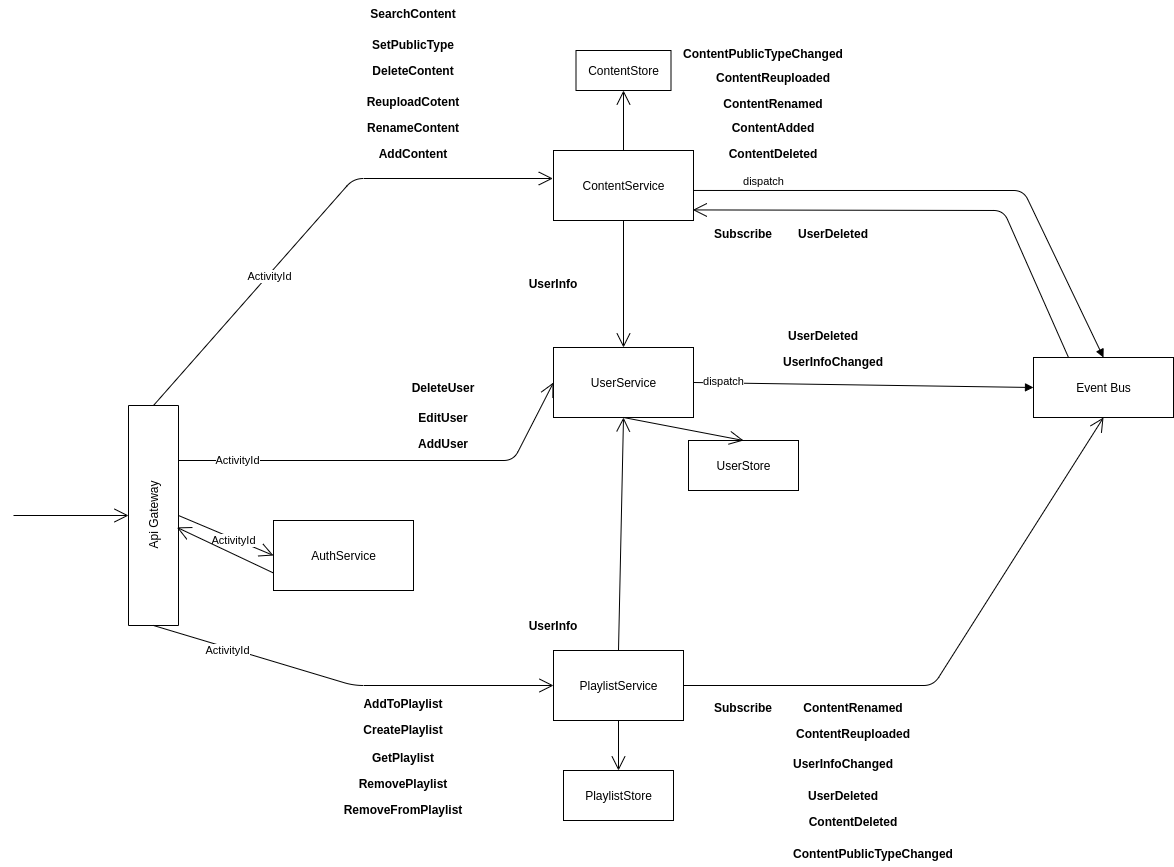
The draw.io diagram src/musicstreamingservice/diagrams/streaming-service.png in UsingCoding/WebAppArchitecture, before a commit. Source tidied: cells renumbered, new cells last; positions are measured from the earlier drawing's top-left corner, leaving out a move shared by most shapes. Its diagram source:
```xml
<mxGraphModel>
  <root>
    <mxCell id="0" />
    <mxCell id="1" parent="0" />
    <mxCell id="2" value="Api Gateway" style="html=1;rotation=-90;" parent="1" vertex="1">
      <mxGeometry x="30" y="490" width="220" height="50" as="geometry" />
    </mxCell>
    <mxCell id="3" style="endArrow=open;endFill=1;endSize=12;html=1;" parent="1" edge="1" target="2">
      <mxGeometry relative="1" as="geometry">
        <mxPoint y="515" as="sourcePoint" />
      </mxGeometry>
    </mxCell>
    <mxCell id="4" value="ContentService" style="html=1;" parent="1" vertex="1">
      <mxGeometry x="540" y="150" width="140" height="70" as="geometry" />
    </mxCell>
    <mxCell id="5" value="ContentStore" style="html=1;" parent="1" vertex="1">
      <mxGeometry x="562.5" y="50" width="95" height="40" as="geometry" />
    </mxCell>
    <mxCell id="6" style="endArrow=open;endFill=1;endSize=12;html=1;exitX=0.5;exitY=0;exitDx=0;exitDy=0;" parent="1" edge="1" source="4" target="5">
      <mxGeometry relative="1" as="geometry" />
    </mxCell>
    <mxCell id="7" style="endArrow=open;endFill=1;endSize=12;html=1;entryX=-0.005;entryY=0.4;entryDx=0;entryDy=0;entryPerimeter=0;exitX=1;exitY=0.5;exitDx=0;exitDy=0;" parent="1" edge="1" source="2" target="4">
      <mxGeometry relative="1" as="geometry">
        <Array as="points">
          <mxPoint x="340" y="178" />
        </Array>
      </mxGeometry>
    </mxCell>
    <mxCell id="8" value="ActivityId" style="edgeLabel;html=1;align=center;verticalAlign=middle;" parent="7" vertex="1">
      <mxGeometry x="-0.31" y="-2" relative="1" as="geometry">
        <mxPoint y="-1" as="offset" />
      </mxGeometry>
    </mxCell>
    <mxCell id="9" value="PlaylistService" style="html=1;" parent="1" vertex="1">
      <mxGeometry x="540" y="650" width="130" height="70" as="geometry" />
    </mxCell>
    <mxCell id="10" value="PlaylistStore" style="html=1;" parent="1" vertex="1">
      <mxGeometry x="550" y="770" width="110" height="50" as="geometry" />
    </mxCell>
    <mxCell id="11" style="endArrow=open;endFill=1;endSize=12;html=1;entryX=0.5;entryY=0;entryDx=0;entryDy=0;exitX=0.5;exitY=1;exitDx=0;exitDy=0;" parent="1" edge="1" source="9" target="10">
      <mxGeometry relative="1" as="geometry" />
    </mxCell>
    <mxCell id="12" style="endArrow=open;endFill=1;endSize=12;html=1;entryX=0;entryY=0.5;entryDx=0;entryDy=0;exitX=0;exitY=0.5;exitDx=0;exitDy=0;" parent="1" edge="1" source="2" target="9">
      <mxGeometry relative="1" as="geometry">
        <Array as="points">
          <mxPoint x="340" y="685" />
        </Array>
      </mxGeometry>
    </mxCell>
    <mxCell id="13" value="ActivityId" style="edgeLabel;html=1;align=center;verticalAlign=middle;" parent="12" vertex="1">
      <mxGeometry x="-0.62" y="-2" relative="1" as="geometry" />
    </mxCell>
    <mxCell id="14" value="UserService" style="html=1;" parent="1" vertex="1">
      <mxGeometry x="540" y="347" width="140" height="70" as="geometry" />
    </mxCell>
    <mxCell id="15" style="endArrow=open;endFill=1;endSize=12;html=1;entryX=0;entryY=0.5;entryDx=0;entryDy=0;exitX=0.75;exitY=1;exitDx=0;exitDy=0;" parent="1" edge="1" source="2" target="14">
      <mxGeometry relative="1" as="geometry">
        <Array as="points">
          <mxPoint x="500" y="460" />
        </Array>
      </mxGeometry>
    </mxCell>
    <mxCell id="16" value="ActivityId" style="edgeLabel;html=1;align=center;verticalAlign=middle;" parent="15" vertex="1">
      <mxGeometry x="-0.73" y="1" relative="1" as="geometry" />
    </mxCell>
    <mxCell id="17" value="UserStore" style="html=1;" parent="1" vertex="1">
      <mxGeometry x="675" y="440" width="110" height="50" as="geometry" />
    </mxCell>
    <mxCell id="18" style="endArrow=open;endFill=1;endSize=12;html=1;entryX=0.5;entryY=0;entryDx=0;entryDy=0;exitX=0.5;exitY=1;exitDx=0;exitDy=0;" parent="1" edge="1" source="14" target="17">
      <mxGeometry relative="1" as="geometry" />
    </mxCell>
    <mxCell id="19" value="Event Bus" style="html=1;" parent="1" vertex="1">
      <mxGeometry x="1020" y="357" width="140" height="60" as="geometry" />
    </mxCell>
    <mxCell id="20" style="endArrow=open;endFill=1;endSize=12;html=1;entryX=0.5;entryY=1;entryDx=0;entryDy=0;exitX=1;exitY=0.5;exitDx=0;exitDy=0;" parent="1" edge="1" source="9" target="19">
      <mxGeometry relative="1" as="geometry">
        <Array as="points">
          <mxPoint x="920" y="685" />
        </Array>
      </mxGeometry>
    </mxCell>
    <mxCell id="21" style="endArrow=open;endFill=1;endSize=12;html=1;exitX=0.5;exitY=1;exitDx=0;exitDy=0;entryX=0.5;entryY=0;entryDx=0;entryDy=0;" parent="1" edge="1" source="4" target="14">
      <mxGeometry relative="1" as="geometry" />
    </mxCell>
    <mxCell id="22" style="endArrow=open;endFill=1;endSize=12;html=1;entryX=0.5;entryY=1;entryDx=0;entryDy=0;exitX=0.5;exitY=0;exitDx=0;exitDy=0;" parent="1" edge="1" source="9" target="14">
      <mxGeometry relative="1" as="geometry" />
    </mxCell>
    <mxCell id="23" value="AddToPlaylist" style="text;align=center;fontStyle=1;verticalAlign=middle;spacingLeft=3;spacingRight=3;strokeColor=none;" parent="1" vertex="1">
      <mxGeometry x="350" y="690" width="80" height="26" as="geometry" />
    </mxCell>
    <mxCell id="24" value="CreatePlaylist" style="text;align=center;fontStyle=1;verticalAlign=middle;spacingLeft=3;spacingRight=3;strokeColor=none;" parent="1" vertex="1">
      <mxGeometry x="350" y="716" width="80" height="26" as="geometry" />
    </mxCell>
    <mxCell id="25" value="GetPlaylist" style="text;align=center;fontStyle=1;verticalAlign=middle;spacingLeft=3;spacingRight=3;strokeColor=none;" parent="1" vertex="1">
      <mxGeometry x="350" y="744" width="80" height="26" as="geometry" />
    </mxCell>
    <mxCell id="26" value="RemovePlaylist" style="text;align=center;fontStyle=1;verticalAlign=middle;spacingLeft=3;spacingRight=3;strokeColor=none;" parent="1" vertex="1">
      <mxGeometry x="350" y="770" width="80" height="26" as="geometry" />
    </mxCell>
    <mxCell id="27" value="UserInfo" style="text;align=center;fontStyle=1;verticalAlign=middle;spacingLeft=3;spacingRight=3;strokeColor=none;" parent="1" vertex="1">
      <mxGeometry x="500" y="612" width="80" height="26" as="geometry" />
    </mxCell>
    <mxCell id="28" value="UserInfo" style="text;align=center;fontStyle=1;verticalAlign=middle;spacingLeft=3;spacingRight=3;strokeColor=none;" parent="1" vertex="1">
      <mxGeometry x="500" y="270" width="80" height="26" as="geometry" />
    </mxCell>
    <mxCell id="29" value="AddContent" style="text;align=center;fontStyle=1;verticalAlign=middle;spacingLeft=3;spacingRight=3;strokeColor=none;" parent="1" vertex="1">
      <mxGeometry x="360" y="140" width="80" height="26" as="geometry" />
    </mxCell>
    <mxCell id="30" value="RenameContent" style="text;align=center;fontStyle=1;verticalAlign=middle;spacingLeft=3;spacingRight=3;strokeColor=none;" parent="1" vertex="1">
      <mxGeometry x="360" y="114" width="80" height="26" as="geometry" />
    </mxCell>
    <mxCell id="31" value="ReuploadCotent" style="text;align=center;fontStyle=1;verticalAlign=middle;spacingLeft=3;spacingRight=3;strokeColor=none;" parent="1" vertex="1">
      <mxGeometry x="360" y="88" width="80" height="26" as="geometry" />
    </mxCell>
    <mxCell id="32" value="DeleteContent" style="text;align=center;fontStyle=1;verticalAlign=middle;spacingLeft=3;spacingRight=3;strokeColor=none;" parent="1" vertex="1">
      <mxGeometry x="360" y="57" width="80" height="26" as="geometry" />
    </mxCell>
    <mxCell id="33" value="AddUser" style="text;align=center;fontStyle=1;verticalAlign=middle;spacingLeft=3;spacingRight=3;strokeColor=none;" parent="1" vertex="1">
      <mxGeometry x="390" y="430" width="80" height="26" as="geometry" />
    </mxCell>
    <mxCell id="34" value="EditUser" style="text;align=center;fontStyle=1;verticalAlign=middle;spacingLeft=3;spacingRight=3;strokeColor=none;" parent="1" vertex="1">
      <mxGeometry x="390" y="404" width="80" height="26" as="geometry" />
    </mxCell>
    <mxCell id="35" value="DeleteUser" style="text;align=center;fontStyle=1;verticalAlign=middle;spacingLeft=3;spacingRight=3;strokeColor=none;" parent="1" vertex="1">
      <mxGeometry x="390" y="374" width="80" height="26" as="geometry" />
    </mxCell>
    <mxCell id="36" value="dispatch" style="html=1;verticalAlign=bottom;endArrow=block;entryX=0;entryY=0.5;entryDx=0;entryDy=0;exitX=1;exitY=0.5;exitDx=0;exitDy=0;" parent="1" edge="1" source="14" target="19">
      <mxGeometry x="-0.82" y="-8" relative="1" as="geometry" />
    </mxCell>
    <mxCell id="37" value="UserInfoChanged" style="text;align=center;fontStyle=1;verticalAlign=middle;spacingLeft=3;spacingRight=3;strokeColor=none;" parent="1" vertex="1">
      <mxGeometry x="780" y="348" width="80" height="26" as="geometry" />
    </mxCell>
    <mxCell id="38" value="UserDeleted" style="text;align=center;fontStyle=1;verticalAlign=middle;spacingLeft=3;spacingRight=3;strokeColor=none;" parent="1" vertex="1">
      <mxGeometry x="770" y="322" width="80" height="26" as="geometry" />
    </mxCell>
    <mxCell id="39" value="dispatch" style="html=1;verticalAlign=bottom;endArrow=block;entryX=0.5;entryY=0;entryDx=0;entryDy=0;exitX=1;exitY=0.571;exitDx=0;exitDy=0;exitPerimeter=0;" parent="1" edge="1" source="4" target="19">
      <mxGeometry x="-0.73" relative="1" as="geometry">
        <Array as="points">
          <mxPoint x="1010" y="190" />
        </Array>
      </mxGeometry>
    </mxCell>
    <mxCell id="40" value="ContentDeleted" style="text;align=center;fontStyle=1;verticalAlign=middle;spacingLeft=3;spacingRight=3;strokeColor=none;" parent="1" vertex="1">
      <mxGeometry x="720" y="140" width="80" height="26" as="geometry" />
    </mxCell>
    <mxCell id="41" value="ContentAdded" style="text;align=center;fontStyle=1;verticalAlign=middle;spacingLeft=3;spacingRight=3;strokeColor=none;" parent="1" vertex="1">
      <mxGeometry x="720" y="114" width="80" height="26" as="geometry" />
    </mxCell>
    <mxCell id="42" value="ContentRenamed" style="text;align=center;fontStyle=1;verticalAlign=middle;spacingLeft=3;spacingRight=3;strokeColor=none;" parent="1" vertex="1">
      <mxGeometry x="720" y="90" width="80" height="26" as="geometry" />
    </mxCell>
    <mxCell id="43" value="ContentReuploaded" style="text;align=center;fontStyle=1;verticalAlign=middle;spacingLeft=3;spacingRight=3;strokeColor=none;" parent="1" vertex="1">
      <mxGeometry x="720" y="64" width="80" height="26" as="geometry" />
    </mxCell>
    <mxCell id="44" value="Subscribe" style="text;align=center;fontStyle=1;verticalAlign=middle;spacingLeft=3;spacingRight=3;strokeColor=none;" parent="1" vertex="1">
      <mxGeometry x="690" y="694" width="80" height="26" as="geometry" />
    </mxCell>
    <mxCell id="45" value="ContentRenamed" style="text;align=center;fontStyle=1;verticalAlign=middle;spacingLeft=3;spacingRight=3;strokeColor=none;" parent="1" vertex="1">
      <mxGeometry x="800" y="694" width="80" height="26" as="geometry" />
    </mxCell>
    <mxCell id="46" value="ContentReuploaded" style="text;align=center;fontStyle=1;verticalAlign=middle;spacingLeft=3;spacingRight=3;strokeColor=none;" parent="1" vertex="1">
      <mxGeometry x="800" y="720" width="80" height="26" as="geometry" />
    </mxCell>
    <mxCell id="47" value="UserInfoChanged" style="text;align=center;fontStyle=1;verticalAlign=middle;spacingLeft=3;spacingRight=3;strokeColor=none;" parent="1" vertex="1">
      <mxGeometry x="790" y="750" width="80" height="26" as="geometry" />
    </mxCell>
    <mxCell id="48" value="UserDeleted" style="text;align=center;fontStyle=1;verticalAlign=middle;spacingLeft=3;spacingRight=3;strokeColor=none;" parent="1" vertex="1">
      <mxGeometry x="790" y="782" width="80" height="26" as="geometry" />
    </mxCell>
    <mxCell id="49" value="ContentDeleted" style="text;align=center;fontStyle=1;verticalAlign=middle;spacingLeft=3;spacingRight=3;strokeColor=none;" parent="1" vertex="1">
      <mxGeometry x="800" y="808" width="80" height="26" as="geometry" />
    </mxCell>
    <mxCell id="50" value="SetPublicType" style="text;align=center;fontStyle=1;verticalAlign=middle;spacingLeft=3;spacingRight=3;strokeColor=none;" parent="1" vertex="1">
      <mxGeometry x="360" y="31" width="80" height="26" as="geometry" />
    </mxCell>
    <mxCell id="51" value="ContentPublicTypeChanged" style="text;align=center;fontStyle=1;verticalAlign=middle;spacingLeft=3;spacingRight=3;strokeColor=none;" parent="1" vertex="1">
      <mxGeometry x="710" y="40" width="80" height="26" as="geometry" />
    </mxCell>
    <mxCell id="52" value="ContentPublicTypeChanged" style="text;align=center;fontStyle=1;verticalAlign=middle;spacingLeft=3;spacingRight=3;strokeColor=none;" parent="1" vertex="1">
      <mxGeometry x="820" y="840" width="80" height="26" as="geometry" />
    </mxCell>
    <mxCell id="53" value="AuthService" style="html=1;" parent="1" vertex="1">
      <mxGeometry x="260" y="520" width="140" height="70" as="geometry" />
    </mxCell>
    <mxCell id="54" style="endArrow=open;endFill=1;endSize=12;html=1;entryX=0;entryY=0.5;entryDx=0;entryDy=0;exitX=0.5;exitY=1;exitDx=0;exitDy=0;" parent="1" edge="1" source="2" target="53">
      <mxGeometry relative="1" as="geometry" />
    </mxCell>
    <mxCell id="55" value="ActivityId" style="edgeLabel;html=1;align=center;verticalAlign=middle;" parent="54" vertex="1">
      <mxGeometry x="-0.34" relative="1" as="geometry">
        <mxPoint x="23.4" y="11.7" as="offset" />
      </mxGeometry>
    </mxCell>
    <mxCell id="56" style="endArrow=open;endFill=1;endSize=12;html=1;entryX=0.446;entryY=0.968;entryDx=0;entryDy=0;exitX=0;exitY=0.75;exitDx=0;exitDy=0;entryPerimeter=0;" parent="1" edge="1" source="53" target="2">
      <mxGeometry relative="1" as="geometry" />
    </mxCell>
    <mxCell id="57" value="RemoveFromPlaylist" style="text;align=center;fontStyle=1;verticalAlign=middle;spacingLeft=3;spacingRight=3;strokeColor=none;" parent="1" vertex="1">
      <mxGeometry x="350" y="796" width="80" height="26" as="geometry" />
    </mxCell>
    <mxCell id="58" value="SearchContent" style="text;align=center;fontStyle=1;verticalAlign=middle;spacingLeft=3;spacingRight=3;strokeColor=none;" parent="1" vertex="1">
      <mxGeometry x="360" width="80" height="26" as="geometry" />
    </mxCell>
    <mxCell id="59" style="endArrow=open;endFill=1;endSize=12;html=1;entryX=0.995;entryY=0.849;entryDx=0;entryDy=0;exitX=0.25;exitY=0;exitDx=0;exitDy=0;entryPerimeter=0;" parent="1" edge="1" source="19" target="4">
      <mxGeometry relative="1" as="geometry">
        <Array as="points">
          <mxPoint x="990" y="210" />
        </Array>
      </mxGeometry>
    </mxCell>
    <mxCell id="60" value="Subscribe" style="text;align=center;fontStyle=1;verticalAlign=middle;spacingLeft=3;spacingRight=3;strokeColor=none;" parent="1" vertex="1">
      <mxGeometry x="690" y="220" width="80" height="26" as="geometry" />
    </mxCell>
    <mxCell id="61" value="UserDeleted" style="text;align=center;fontStyle=1;verticalAlign=middle;spacingLeft=3;spacingRight=3;strokeColor=none;" parent="1" vertex="1">
      <mxGeometry x="780" y="220" width="80" height="26" as="geometry" />
    </mxCell>
  </root>
</mxGraphModel>
```
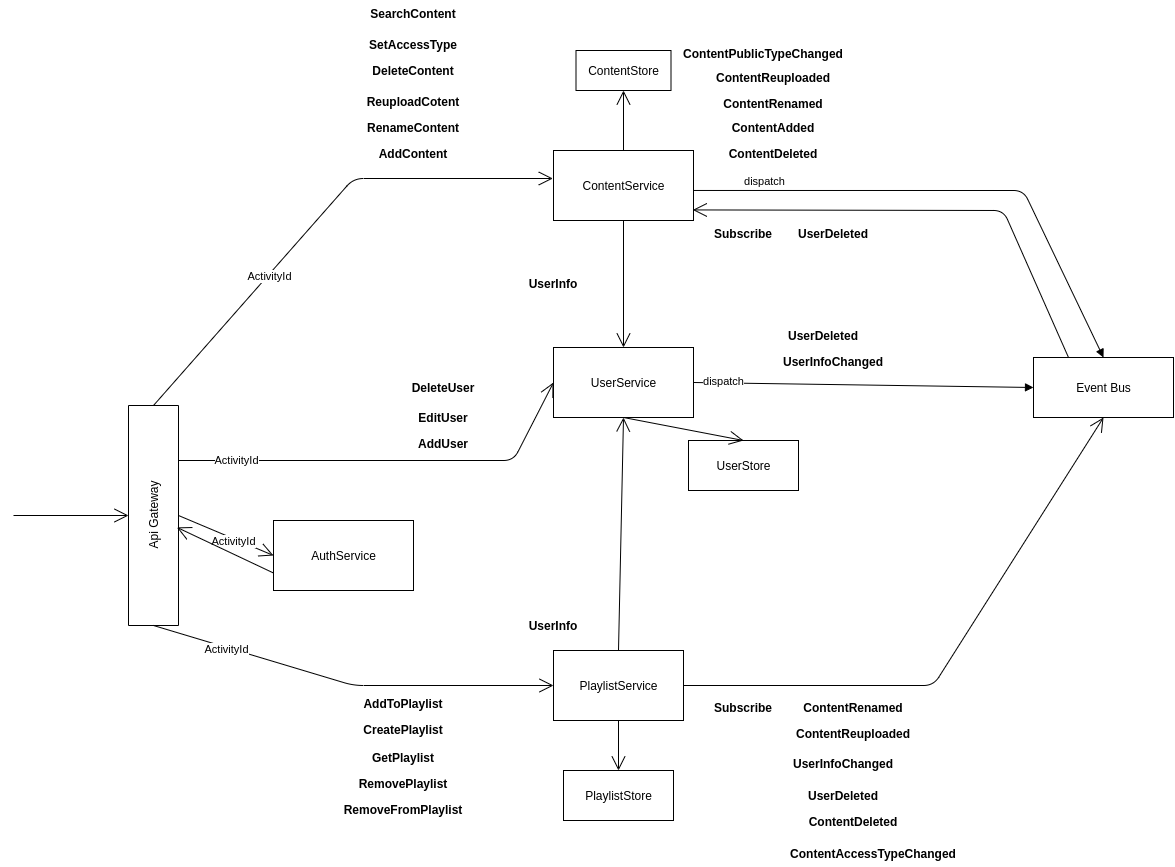
Later version of the same file.

Commit message:
Обновил диаграммы

Change to the diagram source:
```diff
@@ -170,13 +170,13 @@
     <mxCell id="49" value="ContentDeleted" style="text;align=center;fontStyle=1;verticalAlign=middle;spacingLeft=3;spacingRight=3;strokeColor=none;" parent="1" vertex="1">
       <mxGeometry x="800" y="808" width="80" height="26" as="geometry" />
     </mxCell>
-    <mxCell id="50" value="SetPublicType" style="text;align=center;fontStyle=1;verticalAlign=middle;spacingLeft=3;spacingRight=3;strokeColor=none;" parent="1" vertex="1">
+    <mxCell id="50" value="SetAccessType" style="text;align=center;fontStyle=1;verticalAlign=middle;spacingLeft=3;spacingRight=3;strokeColor=none;" parent="1" vertex="1">
       <mxGeometry x="360" y="31" width="80" height="26" as="geometry" />
     </mxCell>
     <mxCell id="51" value="ContentPublicTypeChanged" style="text;align=center;fontStyle=1;verticalAlign=middle;spacingLeft=3;spacingRight=3;strokeColor=none;" parent="1" vertex="1">
       <mxGeometry x="710" y="40" width="80" height="26" as="geometry" />
     </mxCell>
-    <mxCell id="52" value="ContentPublicTypeChanged" style="text;align=center;fontStyle=1;verticalAlign=middle;spacingLeft=3;spacingRight=3;strokeColor=none;" parent="1" vertex="1">
+    <mxCell id="52" value="ContentAccessTypeChanged" style="text;align=center;fontStyle=1;verticalAlign=middle;spacingLeft=3;spacingRight=3;strokeColor=none;" parent="1" vertex="1">
       <mxGeometry x="820" y="840" width="80" height="26" as="geometry" />
     </mxCell>
     <mxCell id="53" value="AuthService" style="html=1;" parent="1" vertex="1">
```
